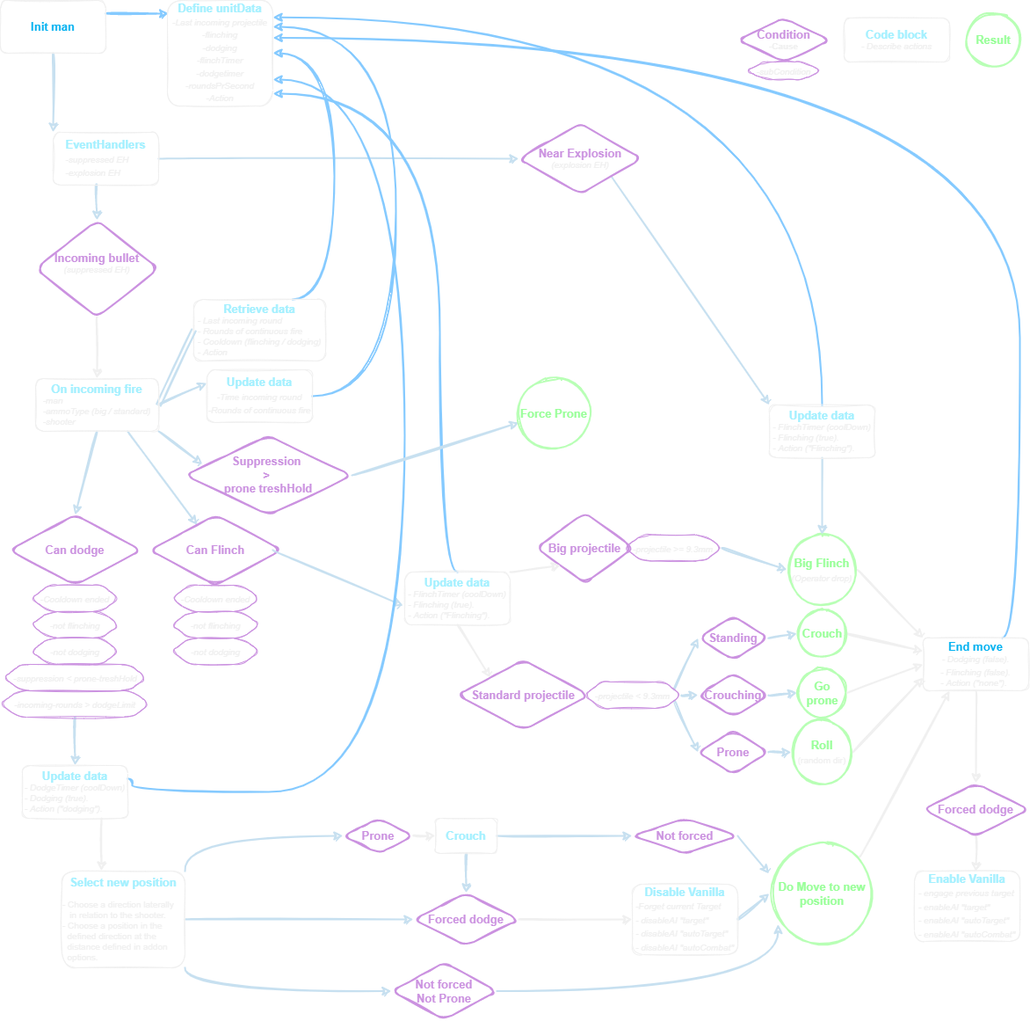
Earlier version of the draw.io export soldierFSM/chart.drawio.png (Tally-1/soldier-FSM). Source tidied: cells renumbered, new cells last; positions are measured from the earlier drawing's top-left corner, leaving out a move shared by most shapes.
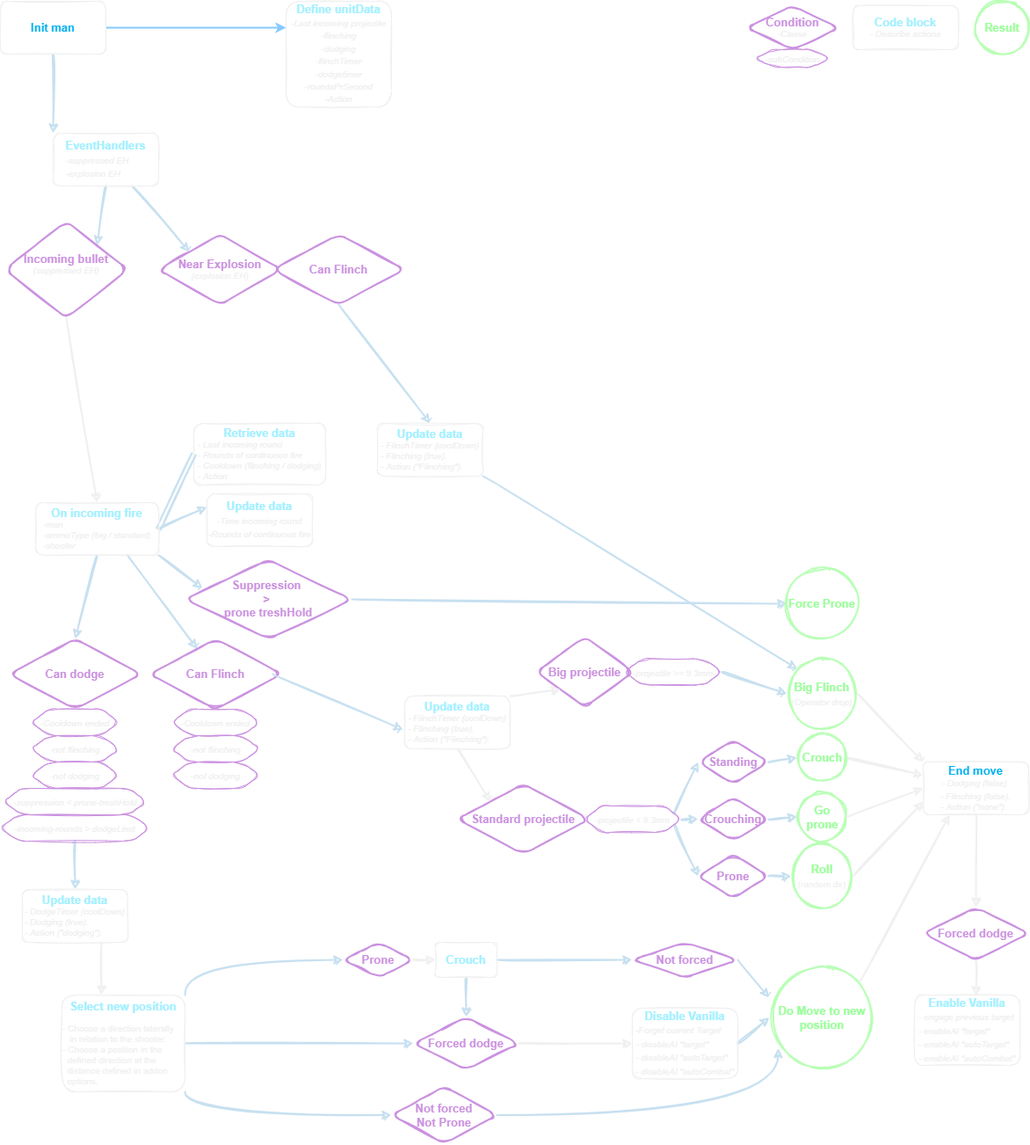
The same diagram one commit later.

The edit, as a diff of the source:
```diff
@@ -7,3 +7,3 @@
     </mxCell>
-    <mxCell id="3" style="edgeStyle=none;html=1;exitX=1;exitY=0.25;exitDx=0;exitDy=0;entryX=0.014;entryY=0.125;entryDx=0;entryDy=0;entryPerimeter=0;fontSize=10;strokeWidth=2;strokeColor=#85CAFF;curved=1;rounded=1;sketch=1;" parent="1" edge="1" source="4" target="5">
+    <mxCell id="3" style="edgeStyle=none;html=1;exitX=1;exitY=0.5;exitDx=0;exitDy=0;entryX=0;entryY=0.25;entryDx=0;entryDy=0;strokeColor=#85CAFF;strokeWidth=2;" parent="1" edge="1" source="4" target="5">
       <mxGeometry relative="1" as="geometry" />
@@ -11,11 +11,11 @@
     <mxCell id="4" value="&lt;b&gt;&lt;font color=&quot;#02b1f0&quot; style=&quot;font-size: 13px&quot;&gt;Init man&lt;/font&gt;&lt;/b&gt;" style="whiteSpace=wrap;html=1;strokeColor=#F0F0F0;fillColor=none;fontColor=#F0F0F0;rounded=1;sketch=1;" parent="1" vertex="1">
-      <mxGeometry width="120" height="60" as="geometry" />
+      <mxGeometry y="-140" width="120" height="60" as="geometry" />
     </mxCell>
     <mxCell id="5" value="&lt;font style=&quot;font-size: 13px&quot; color=&quot;#a3f0ff&quot;&gt;&lt;b&gt;Define unitData&lt;/b&gt;&lt;/font&gt;&lt;br&gt;&lt;font style=&quot;font-size: 10px&quot;&gt;&lt;i&gt;-Last incoming projectile&lt;br&gt;&lt;/i&gt;&lt;/font&gt;&lt;font style=&quot;font-size: 10px&quot;&gt;&lt;i&gt;-flinching&lt;br&gt;-dodging&lt;br&gt;-flinchTimer&lt;br&gt;-dodgetimer&lt;br&gt;-roundsPrSecond&lt;br&gt;-Action&lt;/i&gt;&lt;/font&gt;&lt;br&gt;&lt;div style=&quot;text-align: justify&quot;&gt;&lt;/div&gt;" style="whiteSpace=wrap;html=1;fontColor=#F0F0F0;fillColor=none;strokeColor=#F0F0F0;rounded=1;sketch=1;" parent="1" vertex="1">
-      <mxGeometry x="190" width="120" height="120" as="geometry" />
+      <mxGeometry x="325" y="-140" width="120" height="120" as="geometry" />
     </mxCell>
-    <mxCell id="6" style="edgeStyle=none;html=1;exitX=0.41;exitY=0.986;exitDx=0;exitDy=0;entryX=0.5;entryY=0;entryDx=0;entryDy=0;fontSize=13;strokeWidth=2;strokeColor=#C7E0F0;curved=1;rounded=1;sketch=1;exitPerimeter=0;" parent="1" edge="1" source="8" target="12">
+    <mxCell id="6" style="edgeStyle=none;html=1;exitX=0.5;exitY=1;exitDx=0;exitDy=0;entryX=1;entryY=0;entryDx=0;entryDy=0;fontSize=13;strokeWidth=2;strokeColor=#C7E0F0;curved=1;rounded=1;sketch=1;" parent="1" edge="1" source="8" target="12">
       <mxGeometry relative="1" as="geometry" />
     </mxCell>
-    <mxCell id="7" style="edgeStyle=none;html=1;exitX=1;exitY=0.5;exitDx=0;exitDy=0;fontSize=13;strokeWidth=2;strokeColor=#C7E0F0;curved=1;rounded=1;entryX=0;entryY=0.5;entryDx=0;entryDy=0;sketch=1;" parent="1" edge="1" source="8" target="10">
+    <mxCell id="7" style="edgeStyle=none;html=1;exitX=0.75;exitY=1;exitDx=0;exitDy=0;fontSize=13;strokeWidth=2;strokeColor=#C7E0F0;curved=1;rounded=1;entryX=0;entryY=0;entryDx=0;entryDy=0;sketch=1;" parent="1" edge="1" source="8" target="10">
       <mxGeometry relative="1" as="geometry" />
@@ -23,5 +23,5 @@
     <mxCell id="8" value="&lt;font color=&quot;#a3f0ff&quot;&gt;&lt;b&gt;EventHandlers&lt;/b&gt;&lt;br&gt;&lt;/font&gt;&lt;div style=&quot;text-align: left&quot;&gt;&lt;span&gt;&lt;font style=&quot;font-size: 10px&quot;&gt;&lt;i&gt;-suppressed EH&lt;br&gt;-explosion EH&lt;/i&gt;&lt;/font&gt;&lt;/span&gt;&lt;/div&gt;" style="whiteSpace=wrap;html=1;fontSize=13;align=center;fillColor=none;fontColor=#F0F0F0;strokeColor=#F0F0F0;rounded=1;sketch=1;" parent="1" vertex="1">
-      <mxGeometry x="60" y="150" width="120" height="60" as="geometry" />
+      <mxGeometry x="60" y="10" width="120" height="60" as="geometry" />
     </mxCell>
-    <mxCell id="9" style="edgeStyle=none;html=1;exitX=1;exitY=1;exitDx=0;exitDy=0;entryX=0;entryY=0;entryDx=0;entryDy=0;fontSize=13;strokeWidth=2;strokeColor=#C7E0F0;curved=1;rounded=1;sketch=1;" parent="1" edge="1" source="10" target="82">
+    <mxCell id="9" style="edgeStyle=none;html=1;exitX=0.5;exitY=1;exitDx=0;exitDy=0;entryX=0.5;entryY=0;entryDx=0;entryDy=0;fontSize=13;strokeWidth=2;strokeColor=#C7E0F0;curved=1;rounded=1;sketch=1;" parent="1" edge="1" source="99" target="82">
       <mxGeometry relative="1" as="geometry" />
@@ -29,5 +29,5 @@
     <mxCell id="10" value="&lt;font size=&quot;1&quot;&gt;&lt;font color=&quot;#cb92e0&quot;&gt;&lt;b style=&quot;font-size: 13px&quot;&gt;Near Explosion&lt;/b&gt;&lt;br&gt;&lt;/font&gt;&lt;i&gt;(explosion EH)&lt;/i&gt;&lt;br&gt;&lt;/font&gt;" style="rhombus;whiteSpace=wrap;html=1;fontSize=10;fillColor=none;fontColor=#F0F0F0;strokeColor=#CB92E0;strokeWidth=2;rounded=1;sketch=1;" parent="1" vertex="1">
-      <mxGeometry x="590" y="140" width="140" height="80" as="geometry" />
+      <mxGeometry x="180" y="125" width="140" height="80" as="geometry" />
     </mxCell>
-    <mxCell id="11" style="edgeStyle=orthogonalEdgeStyle;html=1;exitX=0.5;exitY=1;exitDx=0;exitDy=0;entryX=0.5;entryY=0;entryDx=0;entryDy=0;fontSize=13;strokeColor=#F0F0F0;strokeWidth=2;curved=1;rounded=1;sketch=1;" parent="1" edge="1" source="12" target="22">
+    <mxCell id="11" style="html=1;exitX=0.5;exitY=1;exitDx=0;exitDy=0;fontSize=13;strokeColor=#F0F0F0;strokeWidth=2;rounded=1;sketch=1;entryX=0.5;entryY=0;entryDx=0;entryDy=0;" parent="1" edge="1" source="12" target="22">
       <mxGeometry relative="1" as="geometry" />
@@ -35,3 +35,3 @@
     <mxCell id="12" value="&lt;font color=&quot;#cb92e0&quot; style=&quot;font-size: 13px&quot;&gt;&lt;b&gt;Incoming bullet&lt;/b&gt;&lt;br&gt;&lt;/font&gt;&lt;i&gt;&lt;font style=&quot;font-size: 10px&quot;&gt;(&lt;/font&gt;&lt;/i&gt;&lt;i style=&quot;text-align: left&quot;&gt;suppressed&amp;nbsp;&lt;/i&gt;&lt;i&gt;&lt;font style=&quot;font-size: 10px&quot;&gt;EH)&lt;br&gt;&lt;div style=&quot;text-align: left&quot;&gt;&lt;br&gt;&lt;/div&gt;&lt;/font&gt;&lt;/i&gt;" style="rhombus;whiteSpace=wrap;html=1;fontSize=10;fillColor=none;fontColor=#F0F0F0;strokeColor=#CB92E0;strokeWidth=2;rounded=1;sketch=1;" parent="1" vertex="1">
-      <mxGeometry x="40" y="250" width="140" height="110" as="geometry" />
+      <mxGeometry x="5" y="110" width="140" height="110" as="geometry" />
     </mxCell>
@@ -43,10 +43,2 @@
     </mxCell>
-    <mxCell id="15" style="edgeStyle=orthogonalEdgeStyle;html=1;exitX=0.75;exitY=0;exitDx=0;exitDy=0;entryX=1;entryY=0.5;entryDx=0;entryDy=0;fontSize=13;strokeWidth=2;strokeColor=#85CAFF;curved=1;rounded=1;sketch=1;" parent="1" edge="1" source="16" target="5">
-      <mxGeometry relative="1" as="geometry">
-        <Array as="points">
-          <mxPoint x="380" y="340" />
-          <mxPoint x="380" y="60" />
-        </Array>
-      </mxGeometry>
-    </mxCell>
     <mxCell id="16" value="&lt;font&gt;&lt;font color=&quot;#a3f0ff&quot;&gt;&lt;b style=&quot;font-size: 13px&quot;&gt;Retrieve data&lt;/b&gt;&lt;br&gt;&lt;/font&gt;&lt;div style=&quot;text-align: left&quot;&gt;&lt;i&gt;&lt;font style=&quot;font-size: 10px&quot;&gt;- Last incoming round&lt;br&gt;- Rounds of continuous fire&lt;br&gt;- Cooldown (flinching / dodging)&lt;br&gt;- Action&lt;/font&gt;&lt;/i&gt;&lt;/div&gt;&lt;/font&gt;" style="whiteSpace=wrap;html=1;fontSize=10;align=center;fillColor=none;fontColor=#F0F0F0;strokeColor=#F0F0F0;rounded=1;sketch=1;" parent="1" vertex="1">
@@ -72,10 +64,2 @@
     </mxCell>
-    <mxCell id="23" style="edgeStyle=orthogonalEdgeStyle;html=1;exitX=1;exitY=0.5;exitDx=0;exitDy=0;entryX=1;entryY=0.25;entryDx=0;entryDy=0;fontSize=13;strokeWidth=2;strokeColor=#85CAFF;curved=1;rounded=1;sketch=1;" parent="1" edge="1" source="24" target="5">
-      <mxGeometry relative="1" as="geometry">
-        <Array as="points">
-          <mxPoint x="450" y="450" />
-          <mxPoint x="450" y="30" />
-        </Array>
-      </mxGeometry>
-    </mxCell>
     <mxCell id="24" value="&lt;b&gt;&lt;font color=&quot;#a3f0ff&quot;&gt;Update data&lt;br&gt;&lt;/font&gt;&lt;/b&gt;&lt;i style=&quot;font-size: 10px ; text-align: left&quot;&gt;-Time incoming round&lt;br&gt;-Rounds of continuous fire&lt;/i&gt;&lt;b&gt;&lt;br&gt;&lt;/b&gt;" style="whiteSpace=wrap;html=1;fontSize=13;fillColor=none;fontColor=#F0F0F0;strokeColor=#F0F0F0;rounded=1;sketch=1;" parent="1" vertex="1">
@@ -184,12 +168,2 @@
     </mxCell>
-    <mxCell id="58" style="edgeStyle=orthogonalEdgeStyle;html=1;exitX=1;exitY=0.25;exitDx=0;exitDy=0;fontSize=10;strokeWidth=2;strokeColor=#85CAFF;curved=1;rounded=1;entryX=1;entryY=0.75;entryDx=0;entryDy=0;sketch=1;" parent="1" edge="1" source="60" target="5">
-      <mxGeometry relative="1" as="geometry">
-        <Array as="points">
-          <mxPoint x="150" y="885" />
-          <mxPoint x="150" y="900" />
-          <mxPoint x="460" y="900" />
-          <mxPoint x="460" y="90" />
-        </Array>
-      </mxGeometry>
-    </mxCell>
     <mxCell id="59" style="edgeStyle=orthogonalEdgeStyle;html=1;entryX=0.321;entryY=0;entryDx=0;entryDy=0;fontSize=13;strokeWidth=2;strokeColor=#F0F0F0;curved=1;rounded=1;sketch=1;exitX=0.75;exitY=1;exitDx=0;exitDy=0;entryPerimeter=0;" parent="1" edge="1" source="60" target="64">
@@ -257,10 +231,7 @@
     </mxCell>
-    <mxCell id="80" style="html=1;exitX=0.5;exitY=1;exitDx=0;exitDy=0;entryX=0.5;entryY=0;entryDx=0;entryDy=0;fontSize=13;fontColor=#CB92E0;strokeColor=#C7E0F0;strokeWidth=2;sketch=1;curved=1;" parent="1" edge="1" source="82" target="14">
+    <mxCell id="80" style="html=1;exitX=1;exitY=1;exitDx=0;exitDy=0;entryX=0;entryY=0;entryDx=0;entryDy=0;fontSize=13;fontColor=#CB92E0;strokeColor=#C7E0F0;strokeWidth=2;sketch=1;curved=1;" parent="1" edge="1" source="82" target="14">
       <mxGeometry relative="1" as="geometry" />
     </mxCell>
-    <mxCell id="81" style="edgeStyle=orthogonalEdgeStyle;curved=1;html=1;exitX=0.5;exitY=0;exitDx=0;exitDy=0;entryX=1;entryY=0.16;entryDx=0;entryDy=0;entryPerimeter=0;fontSize=13;fontColor=#CB92E0;strokeColor=#85CAFF;strokeWidth=2;sketch=1;" parent="1" edge="1" source="82" target="5">
-      <mxGeometry relative="1" as="geometry" />
-    </mxCell>
     <mxCell id="82" value="&lt;font&gt;&lt;font color=&quot;#a3f0ff&quot;&gt;&lt;b style=&quot;font-size: 13px&quot;&gt;Update data&lt;/b&gt;&lt;br&gt;&lt;/font&gt;&lt;div style=&quot;text-align: left&quot;&gt;&lt;span&gt;&lt;font style=&quot;font-size: 10px&quot;&gt;&lt;i&gt;- FlinchTimer (coolDown)&lt;/i&gt;&lt;/font&gt;&lt;/span&gt;&lt;/div&gt;&lt;div style=&quot;text-align: left&quot;&gt;&lt;span&gt;&lt;font style=&quot;font-size: 10px&quot;&gt;&lt;i&gt;-&amp;nbsp;&lt;/i&gt;&lt;/font&gt;&lt;/span&gt;&lt;i&gt;Flinch&lt;/i&gt;&lt;span&gt;&lt;font style=&quot;font-size: 10px&quot;&gt;&lt;i&gt;ing (true).&lt;br&gt;- Action (&quot;&lt;/i&gt;&lt;/font&gt;&lt;/span&gt;&lt;i&gt;Flinch&lt;/i&gt;&lt;i&gt;ing&lt;/i&gt;&lt;span&gt;&lt;font style=&quot;font-size: 10px&quot;&gt;&lt;i&gt;&quot;).&lt;/i&gt;&lt;/font&gt;&lt;/span&gt;&lt;/div&gt;&lt;/font&gt;" style="whiteSpace=wrap;html=1;fontSize=10;align=center;fillColor=none;strokeColor=#F0F0F0;fontColor=#F0F0F0;rounded=1;sketch=1;" parent="1" vertex="1">
-      <mxGeometry x="875" y="460" width="120" height="60" as="geometry" />
+      <mxGeometry x="429" y="340" width="120" height="60" as="geometry" />
     </mxCell>
@@ -269,11 +240,2 @@
     </mxCell>
-    <mxCell id="84" style="edgeStyle=orthogonalEdgeStyle;html=1;fontSize=13;fontColor=#CB92E0;strokeColor=#85CAFF;strokeWidth=2;curved=1;exitX=0.5;exitY=0;exitDx=0;exitDy=0;sketch=1;" parent="1" edge="1" source="85">
-      <mxGeometry relative="1" as="geometry">
-        <mxPoint x="310" y="106" as="targetPoint" />
-        <Array as="points">
-          <mxPoint x="500" y="650" />
-          <mxPoint x="500" y="106" />
-        </Array>
-      </mxGeometry>
-    </mxCell>
     <mxCell id="85" value="&lt;font&gt;&lt;font color=&quot;#a3f0ff&quot;&gt;&lt;b style=&quot;font-size: 13px&quot;&gt;Update data&lt;/b&gt;&lt;br&gt;&lt;/font&gt;&lt;div style=&quot;text-align: left&quot;&gt;&lt;span&gt;&lt;font style=&quot;font-size: 10px&quot;&gt;&lt;i&gt;- FlinchTimer (coolDown)&lt;/i&gt;&lt;/font&gt;&lt;/span&gt;&lt;/div&gt;&lt;div style=&quot;text-align: left&quot;&gt;&lt;span&gt;&lt;font style=&quot;font-size: 10px&quot;&gt;&lt;i&gt;-&amp;nbsp;&lt;/i&gt;&lt;/font&gt;&lt;/span&gt;&lt;i&gt;Flinch&lt;/i&gt;&lt;span&gt;&lt;font style=&quot;font-size: 10px&quot;&gt;&lt;i&gt;ing (true).&lt;br&gt;- Action (&quot;&lt;/i&gt;&lt;/font&gt;&lt;/span&gt;&lt;i&gt;Flinch&lt;/i&gt;&lt;i&gt;ing&lt;/i&gt;&lt;span&gt;&lt;font style=&quot;font-size: 10px&quot;&gt;&lt;i&gt;&quot;).&lt;/i&gt;&lt;/font&gt;&lt;/span&gt;&lt;/div&gt;&lt;/font&gt;" style="whiteSpace=wrap;html=1;fontSize=10;align=center;fillColor=none;strokeColor=#F0F0F0;fontColor=#F0F0F0;rounded=1;sketch=1;" parent="1" vertex="1">
@@ -281,10 +243,2 @@
     </mxCell>
-    <mxCell id="86" style="edgeStyle=orthogonalEdgeStyle;rounded=1;html=1;exitX=0.75;exitY=0;exitDx=0;exitDy=0;fontSize=13;fontColor=#A3F0FF;strokeColor=#85CAFF;strokeWidth=2;curved=1;entryX=1;entryY=0.354;entryDx=0;entryDy=0;entryPerimeter=0;sketch=1;" parent="1" edge="1" source="91" target="5">
-      <mxGeometry relative="1" as="geometry">
-        <Array as="points">
-          <mxPoint x="1160" y="725" />
-          <mxPoint x="1160" y="43" />
-        </Array>
-      </mxGeometry>
-    </mxCell>
     <mxCell id="87" style="edgeStyle=none;rounded=1;html=1;entryX=0.5;entryY=0;entryDx=0;entryDy=0;fontSize=13;fontColor=#A3F0FF;strokeColor=#F0F0F0;strokeWidth=2;exitX=0.5;exitY=1;exitDx=0;exitDy=0;sketch=1;curved=1;" parent="1" edge="1" source="91" target="89">
@@ -304,6 +258,4 @@
     </mxCell>
-    <mxCell id="92" style="edgeStyle=none;html=1;strokeColor=#C7E0F0;strokeWidth=2;sketch=1;curved=1;exitX=1;exitY=0.5;exitDx=0;exitDy=0;" parent="1" edge="1" source="93">
-      <mxGeometry relative="1" as="geometry">
-        <mxPoint x="590" y="480" as="targetPoint" />
-      </mxGeometry>
+    <mxCell id="92" style="edgeStyle=none;html=1;strokeColor=#C7E0F0;strokeWidth=2;sketch=1;curved=1;exitX=1;exitY=0.5;exitDx=0;exitDy=0;entryX=0;entryY=0.5;entryDx=0;entryDy=0;" parent="1" edge="1" source="93" target="94">
+      <mxGeometry relative="1" as="geometry" />
     </mxCell>
@@ -313,16 +265,19 @@
     <mxCell id="94" value="&lt;font color=&quot;#99ff99&quot;&gt;&lt;b&gt;Force Prone&lt;/b&gt;&lt;/font&gt;" style="ellipse;whiteSpace=wrap;html=1;fontSize=13;fillColor=none;strokeColor=#B8FFB5;fontColor=#F0F0F0;strokeWidth=2;rounded=1;sketch=1;" parent="1" vertex="1">
-      <mxGeometry x="590" y="430" width="80" height="80" as="geometry" />
+      <mxGeometry x="895" y="505" width="80" height="80" as="geometry" />
     </mxCell>
     <mxCell id="95" value="&lt;b&gt;&lt;span style=&quot;color: rgb(203 , 146 , 224) ; font-size: 13px&quot;&gt;Condition&lt;/span&gt;&lt;br&gt;&lt;font style=&quot;font-size: 10px&quot;&gt;-Cause&lt;/font&gt;&lt;br&gt;&lt;/b&gt;" style="rhombus;whiteSpace=wrap;html=1;fontSize=10;fillColor=none;strokeColor=#CB92E0;fontColor=#F0F0F0;strokeWidth=2;rounded=1;sketch=1;" parent="1" vertex="1">
-      <mxGeometry x="839" y="20" width="105" height="50" as="geometry" />
+      <mxGeometry x="849" y="-135" width="105" height="50" as="geometry" />
     </mxCell>
     <mxCell id="96" value="&lt;span style=&quot;text-align: left ; font-size: 13px&quot;&gt;&lt;font color=&quot;#a3f0ff&quot;&gt;&lt;b&gt;Code block&lt;br&gt;&lt;/b&gt;&lt;/font&gt;&lt;/span&gt;&lt;i style=&quot;text-align: left&quot;&gt;- Describe actions&lt;/i&gt;" style="whiteSpace=wrap;html=1;fontSize=10;align=center;fillColor=none;strokeColor=#F0F0F0;fontColor=#F0F0F0;rounded=1;sketch=1;" parent="1" vertex="1">
-      <mxGeometry x="960" y="20" width="120" height="50" as="geometry" />
+      <mxGeometry x="970" y="-135" width="120" height="50" as="geometry" />
     </mxCell>
     <mxCell id="97" value="&lt;font color=&quot;#99ff99&quot;&gt;&lt;b&gt;Result&lt;/b&gt;&lt;/font&gt;" style="ellipse;whiteSpace=wrap;html=1;fontSize=13;fillColor=none;strokeColor=#B8FFB5;fontColor=#F0F0F0;strokeWidth=2;rounded=1;sketch=1;" parent="1" vertex="1">
-      <mxGeometry x="1100" y="15" width="60" height="60" as="geometry" />
+      <mxGeometry x="1110" y="-140" width="60" height="60" as="geometry" />
     </mxCell>
     <mxCell id="98" value="&lt;i&gt;&lt;font style=&quot;font-size: 10px&quot;&gt;-subCondition&lt;/font&gt;&lt;/i&gt;" style="shape=hexagon;perimeter=hexagonPerimeter2;whiteSpace=wrap;html=1;fixedSize=1;fontSize=13;align=center;fillColor=none;strokeColor=#CB92E0;fontColor=#F0F0F0;rounded=1;sketch=1;" parent="1" vertex="1">
-      <mxGeometry x="849" y="70" width="85" height="20" as="geometry" />
+      <mxGeometry x="859" y="-85" width="85" height="20" as="geometry" />
     </mxCell>
+    <mxCell id="99" value="&lt;b&gt;&lt;font color=&quot;#cb92e0&quot;&gt;Can Flinch&lt;/font&gt;&lt;/b&gt;" style="rhombus;whiteSpace=wrap;html=1;fontSize=13;fillColor=none;fontColor=#F0F0F0;strokeColor=#CB92E0;strokeWidth=2;rounded=1;sketch=1;" parent="1" vertex="1">
+      <mxGeometry x="310" y="125" width="150" height="80" as="geometry" />
+    </mxCell>
   </root>
```
